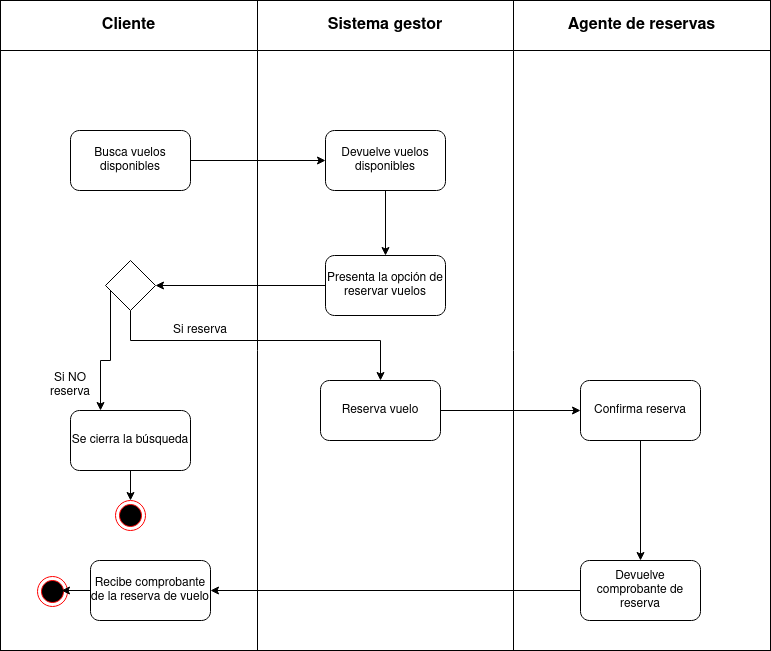
The draw.io diagram diagramas_actividades/reserva_vuelos/Diagrama-actividades-reserva-vuelos.drawio.png in JesusLugo2002/ETS, before a commit. Source tidied: cells renumbered, new cells last; positions are measured from the earlier drawing's top-left corner, leaving out a move shared by most shapes. The source it was exported from:
```xml
<mxGraphModel>
  <root>
    <mxCell id="0" />
    <mxCell id="1" parent="0" />
    <mxCell id="2" style="shape=table;startSize=0;fontSize=16;" parent="1" vertex="1">
      <mxGeometry width="770" height="650" as="geometry" />
    </mxCell>
    <mxCell id="3" style="shape=tableRow;horizontal=0;startSize=0;swimlaneHead=0;swimlaneBody=0;strokeColor=inherit;top=0;left=0;bottom=0;right=0;fillColor=none;fontSize=16;" parent="2" vertex="1">
      <mxGeometry width="770" height="50" as="geometry" />
    </mxCell>
    <mxCell id="4" value="Cliente" style="shape=partialRectangle;html=1;whiteSpace=wrap;strokeColor=inherit;overflow=hidden;fillColor=none;top=0;left=0;bottom=0;right=0;fontSize=16;fontStyle=1;" parent="3" vertex="1">
      <mxGeometry width="257" height="50" as="geometry" />
    </mxCell>
    <mxCell id="5" value="Sistema gestor" style="shape=partialRectangle;html=1;whiteSpace=wrap;strokeColor=inherit;overflow=hidden;fillColor=none;top=0;left=0;bottom=0;right=0;fontSize=16;fontStyle=1;" parent="3" vertex="1">
      <mxGeometry x="257" width="256" height="50" as="geometry" />
    </mxCell>
    <mxCell id="6" value="Agente de reservas" style="shape=partialRectangle;html=1;whiteSpace=wrap;strokeColor=inherit;overflow=hidden;fillColor=none;top=0;left=0;bottom=0;right=0;fontSize=16;fontStyle=1;" parent="3" vertex="1">
      <mxGeometry x="513" width="257" height="50" as="geometry" />
    </mxCell>
    <mxCell id="7" style="shape=tableRow;horizontal=0;startSize=0;swimlaneHead=0;swimlaneBody=0;strokeColor=inherit;top=0;left=0;bottom=0;right=0;fillColor=none;fontSize=16;" parent="2" vertex="1">
      <mxGeometry y="50" width="770" height="600" as="geometry" />
    </mxCell>
    <mxCell id="8" style="shape=partialRectangle;html=1;whiteSpace=wrap;strokeColor=inherit;overflow=hidden;fillColor=none;top=0;left=0;bottom=0;right=0;fontSize=16;" parent="7" vertex="1">
      <mxGeometry width="257" height="600" as="geometry" />
    </mxCell>
    <mxCell id="9" style="shape=partialRectangle;html=1;whiteSpace=wrap;strokeColor=inherit;overflow=hidden;fillColor=none;top=0;left=0;bottom=0;right=0;fontSize=16;" parent="7" vertex="1">
      <mxGeometry x="257" width="256" height="600" as="geometry" />
    </mxCell>
    <mxCell id="10" style="shape=partialRectangle;html=1;whiteSpace=wrap;strokeColor=inherit;overflow=hidden;fillColor=none;top=0;left=0;bottom=0;right=0;fontSize=16;" parent="7" vertex="1">
      <mxGeometry x="513" width="257" height="600" as="geometry" />
    </mxCell>
    <mxCell id="11" style="edgeStyle=orthogonalEdgeStyle;rounded=0;jettySize=auto;html=1;entryX=0;entryY=0.5;entryDx=0;entryDy=0;" parent="1" edge="1" source="12" target="14">
      <mxGeometry relative="1" as="geometry" />
    </mxCell>
    <mxCell id="12" value="Busca vuelos disponibles" style="rounded=1;whiteSpace=wrap;html=1;" parent="1" vertex="1">
      <mxGeometry x="70" y="130" width="120" height="60" as="geometry" />
    </mxCell>
    <mxCell id="13" style="edgeStyle=orthogonalEdgeStyle;rounded=0;jettySize=auto;html=1;entryX=0.5;entryY=0;entryDx=0;entryDy=0;" parent="1" edge="1" source="14" target="16">
      <mxGeometry relative="1" as="geometry" />
    </mxCell>
    <mxCell id="14" value="Devuelve vuelos disponibles" style="rounded=1;whiteSpace=wrap;html=1;" parent="1" vertex="1">
      <mxGeometry x="325" y="130" width="120" height="60" as="geometry" />
    </mxCell>
    <mxCell id="15" style="edgeStyle=orthogonalEdgeStyle;rounded=0;jettySize=auto;html=1;entryX=1;entryY=0.5;entryDx=0;entryDy=0;" parent="1" edge="1" source="16" target="18">
      <mxGeometry relative="1" as="geometry" />
    </mxCell>
    <mxCell id="16" value="Presenta la opción de reservar vuelos" style="rounded=1;whiteSpace=wrap;html=1;" parent="1" vertex="1">
      <mxGeometry x="325" y="255" width="120" height="60" as="geometry" />
    </mxCell>
    <mxCell id="17" style="edgeStyle=orthogonalEdgeStyle;rounded=0;jettySize=auto;html=1;entryX=0.5;entryY=0;entryDx=0;entryDy=0;" parent="1" edge="1" source="18" target="20">
      <mxGeometry relative="1" as="geometry">
        <Array as="points">
          <mxPoint x="130" y="340" />
          <mxPoint x="380" y="340" />
        </Array>
      </mxGeometry>
    </mxCell>
    <mxCell id="18" style="rhombus;whiteSpace=wrap;html=1;" parent="1" vertex="1">
      <mxGeometry x="105" y="260" width="50" height="50" as="geometry" />
    </mxCell>
    <mxCell id="19" style="edgeStyle=orthogonalEdgeStyle;rounded=0;jettySize=auto;html=1;entryX=0;entryY=0.5;entryDx=0;entryDy=0;" parent="1" edge="1" source="20" target="23">
      <mxGeometry relative="1" as="geometry" />
    </mxCell>
    <mxCell id="20" value="Reserva vuelo" style="rounded=1;whiteSpace=wrap;html=1;" parent="1" vertex="1">
      <mxGeometry x="320" y="380" width="120" height="60" as="geometry" />
    </mxCell>
    <mxCell id="21" value="Si reserva" style="text;html=1;align=center;verticalAlign=middle;whiteSpace=wrap;rounded=0;" parent="1" vertex="1">
      <mxGeometry x="170" y="315" width="60" height="30" as="geometry" />
    </mxCell>
    <mxCell id="22" style="edgeStyle=orthogonalEdgeStyle;rounded=0;jettySize=auto;html=1;entryX=0.5;entryY=0;entryDx=0;entryDy=0;" parent="1" edge="1" source="23" target="33">
      <mxGeometry relative="1" as="geometry" />
    </mxCell>
    <mxCell id="23" value="Confirma reserva" style="rounded=1;whiteSpace=wrap;html=1;" parent="1" vertex="1">
      <mxGeometry x="580" y="380" width="120" height="60" as="geometry" />
    </mxCell>
    <mxCell id="24" style="edgeStyle=orthogonalEdgeStyle;rounded=0;jettySize=auto;html=1;entryX=0.5;entryY=0;entryDx=0;entryDy=0;" parent="1" edge="1" source="25" target="28">
      <mxGeometry relative="1" as="geometry" />
    </mxCell>
    <mxCell id="25" value="Se cierra la búsqueda" style="rounded=1;whiteSpace=wrap;html=1;" parent="1" vertex="1">
      <mxGeometry x="70" y="410" width="120" height="60" as="geometry" />
    </mxCell>
    <mxCell id="26" style="edgeStyle=orthogonalEdgeStyle;rounded=0;jettySize=auto;html=1;entryX=0.25;entryY=0;entryDx=0;entryDy=0;" parent="1" edge="1" source="18" target="25">
      <mxGeometry relative="1" as="geometry">
        <Array as="points">
          <mxPoint x="110" y="360" />
          <mxPoint x="100" y="360" />
        </Array>
      </mxGeometry>
    </mxCell>
    <mxCell id="27" value="Si NO reserva" style="text;html=1;align=center;verticalAlign=middle;whiteSpace=wrap;rounded=0;" parent="1" vertex="1">
      <mxGeometry x="40" y="370" width="60" height="30" as="geometry" />
    </mxCell>
    <mxCell id="28" style="ellipse;html=1;shape=endState;fillColor=#000000;strokeColor=#ff0000;" parent="1" vertex="1">
      <mxGeometry x="115" y="500" width="30" height="30" as="geometry" />
    </mxCell>
    <mxCell id="29" style="ellipse;html=1;shape=endState;fillColor=#000000;strokeColor=#ff0000;" parent="1" vertex="1">
      <mxGeometry x="37" y="576" width="30" height="30" as="geometry" />
    </mxCell>
    <mxCell id="30" value="&lt;div&gt;Recibe comprobante de la reserva de vuelo&lt;/div&gt;" style="rounded=1;whiteSpace=wrap;html=1;" parent="1" vertex="1">
      <mxGeometry x="90" y="560" width="120" height="60" as="geometry" />
    </mxCell>
    <mxCell id="31" style="edgeStyle=orthogonalEdgeStyle;rounded=0;jettySize=auto;html=1;entryX=0.8;entryY=0.467;entryDx=0;entryDy=0;entryPerimeter=0;" parent="1" edge="1" source="30" target="29">
      <mxGeometry relative="1" as="geometry" />
    </mxCell>
    <mxCell id="32" style="edgeStyle=orthogonalEdgeStyle;rounded=0;jettySize=auto;html=1;entryX=1;entryY=0.5;entryDx=0;entryDy=0;" parent="1" edge="1" source="33" target="30">
      <mxGeometry relative="1" as="geometry" />
    </mxCell>
    <mxCell id="33" value="Devuelve comprobante de reserva" style="rounded=1;whiteSpace=wrap;html=1;" parent="1" vertex="1">
      <mxGeometry x="580" y="560" width="120" height="60" as="geometry" />
    </mxCell>
  </root>
</mxGraphModel>
```
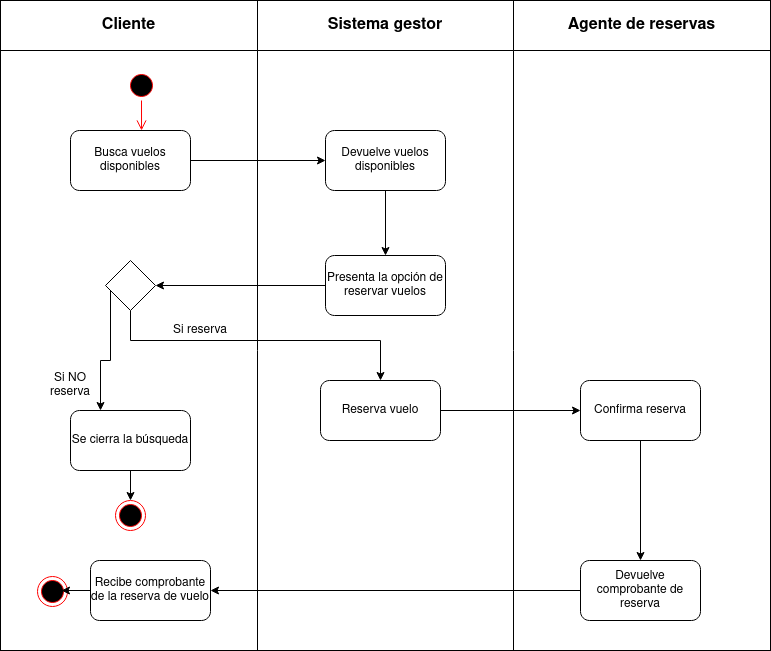
Above is the later version.

Change to the diagram source:
```diff
@@ -108,5 +108,11 @@
     <mxCell id="33" value="Devuelve comprobante de reserva" style="rounded=1;whiteSpace=wrap;html=1;" parent="1" vertex="1">
       <mxGeometry x="580" y="560" width="120" height="60" as="geometry" />
     </mxCell>
+    <mxCell id="34" style="ellipse;html=1;shape=startState;fillColor=#000000;strokeColor=#ff0000;" parent="1" vertex="1">
+      <mxGeometry x="126" y="70" width="30" height="30" as="geometry" />
+    </mxCell>
+    <mxCell id="35" style="edgeStyle=orthogonalEdgeStyle;html=1;verticalAlign=bottom;endArrow=open;endSize=8;strokeColor=#ff0000;rounded=0;entryX=0.592;entryY=0;entryDx=0;entryDy=0;entryPerimeter=0;" parent="1" edge="1" source="34" target="12">
+      <mxGeometry relative="1" as="geometry" />
+    </mxCell>
   </root>
 </mxGraphModel>
```
